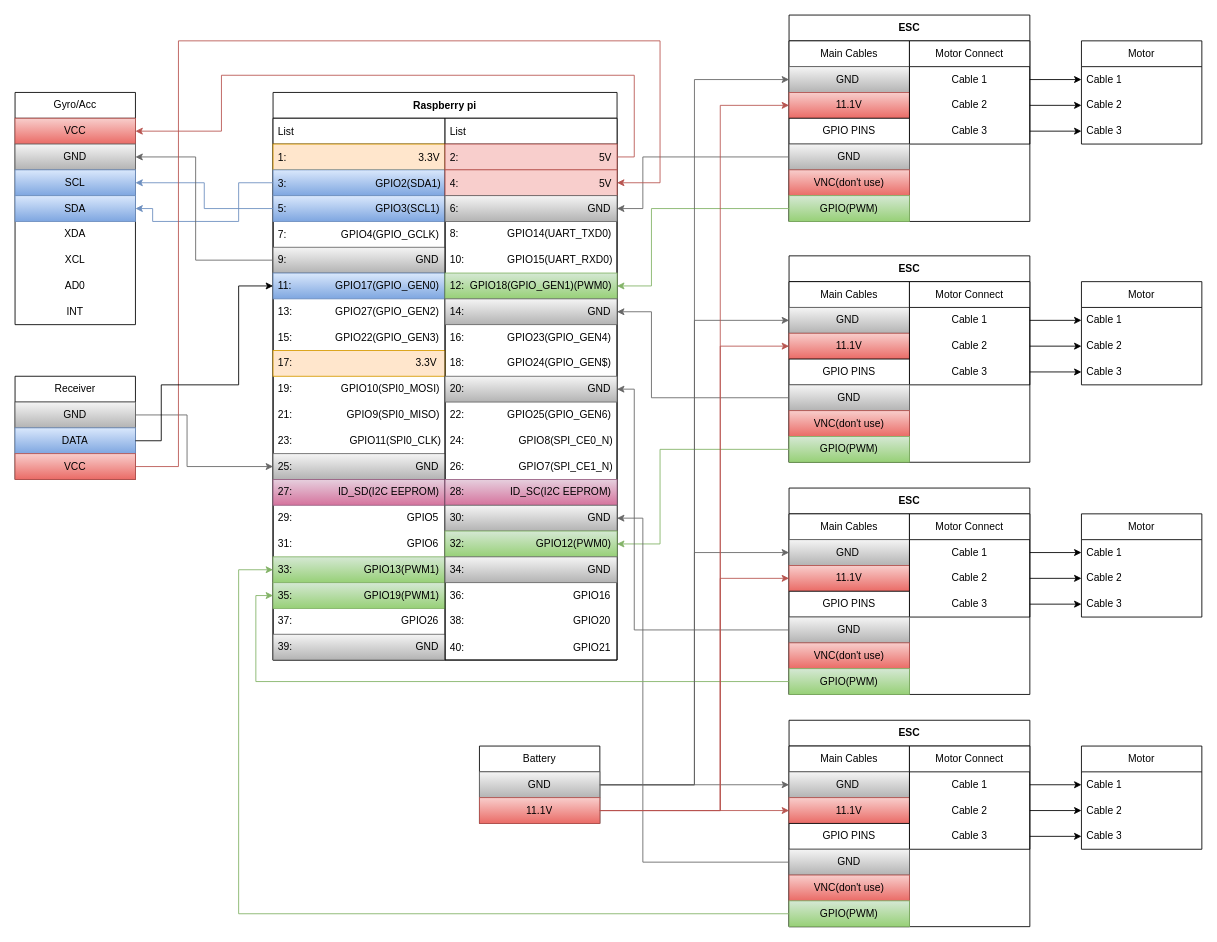
Above: page "Wiring" (1 of 2) of Drone_Plan_out.drawio in Jaskelem/RaspberryPi_Drone_Uni (draw.io), before the change. Source tidied: cells renumbered, new cells numbered last; positions are measured from the earlier drawing's top-left corner, leaving out a move shared by most shapes. Both pictures are drawn from the tidied source at 86%, with x=0, y=0 at pixel (15, 15).
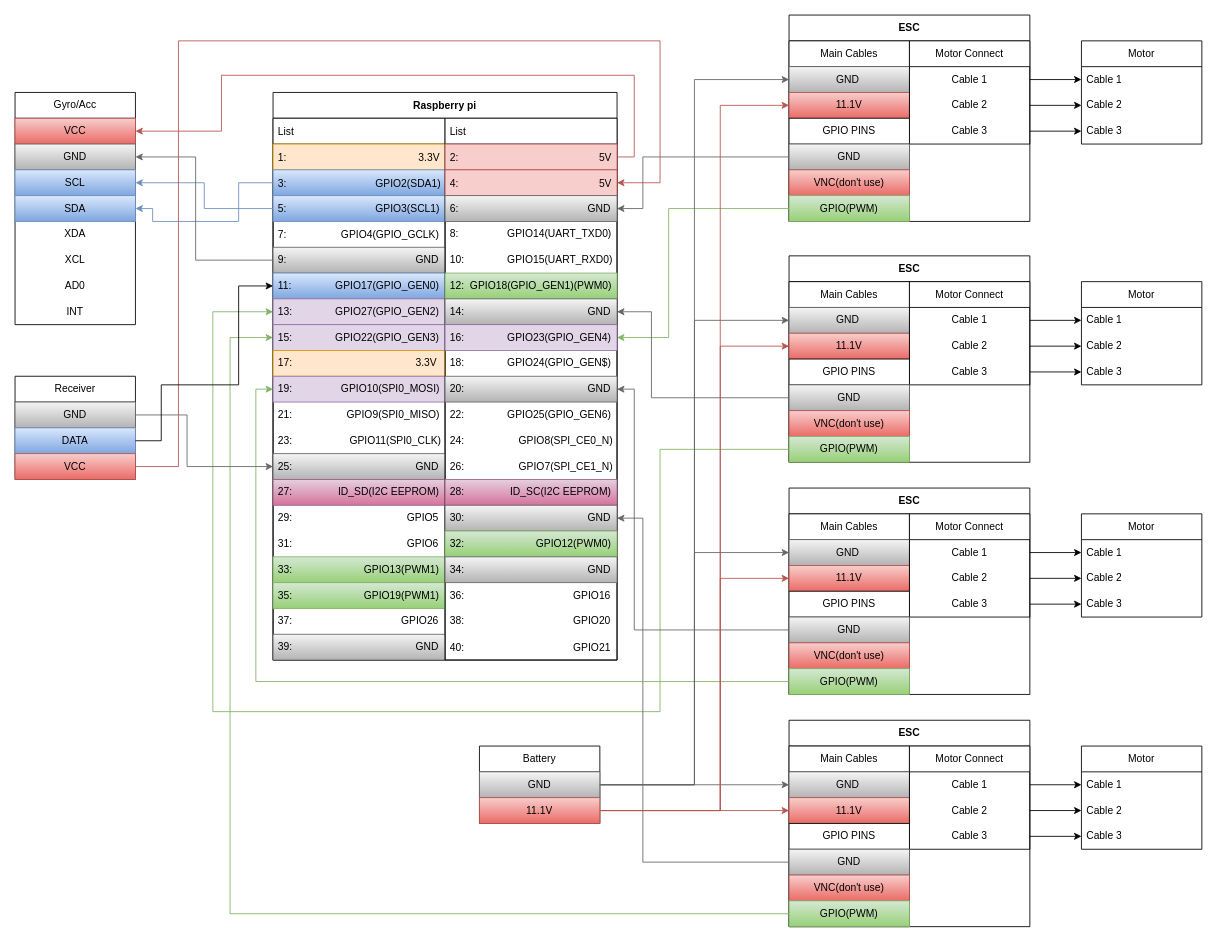
The same diagram, later.

Unchanged cells that the change refers to:
```xml
<mxCell id="3" value="List" style="swimlane;fontStyle=0;horizontal=1;startSize=30;align=left;spacingLeft=4;spacingRight=4;" parent="2" vertex="1">
  <mxGeometry y="30" width="200" height="630" as="geometry" />
</mxCell>
<mxCell id="20" value="33:&lt;span style=&quot;white-space: pre;&quot;&gt;&#9;&lt;/span&gt;&lt;span style=&quot;white-space: pre;&quot;&gt;&#9;&lt;/span&gt;&lt;span style=&quot;white-space: pre;&quot;&gt;&#9;&lt;/span&gt;&amp;nbsp; &amp;nbsp; &amp;nbsp; GPIO13(PWM1)" style="text;html=1;strokeColor=#82b366;fillColor=#d5e8d4;align=left;verticalAlign=middle;whiteSpace=wrap;rounded=0;spacingLeft=4;spacingRight=4;gradientColor=#97d077;" parent="3" vertex="1">
  <mxGeometry y="510" width="200" height="30" as="geometry" />
</mxCell>
<mxCell id="21" value="35:&amp;nbsp; &amp;nbsp; &amp;nbsp; &amp;nbsp;&lt;span style=&quot;white-space: pre;&quot;&gt;&#9;&lt;/span&gt;&amp;nbsp; &amp;nbsp; &amp;nbsp; &amp;nbsp;&amp;nbsp; &amp;nbsp; &amp;nbsp; &amp;nbsp;GPIO19(PWM1)" style="text;html=1;strokeColor=#82b366;fillColor=#d5e8d4;align=left;verticalAlign=middle;whiteSpace=wrap;rounded=0;spacingLeft=4;spacingRight=4;gradientColor=#97d077;" parent="3" vertex="1">
  <mxGeometry y="540" width="200" height="30" as="geometry" />
</mxCell>
<mxCell id="24" value="List" style="swimlane;fontStyle=0;horizontal=1;startSize=30;align=left;spacingLeft=4;spacingRight=4;" parent="2" vertex="1">
  <mxGeometry x="200" y="30" width="200" height="630" as="geometry" />
</mxCell>
<mxCell id="30" value="12:&amp;nbsp; GPIO18(GPIO_GEN1)(PWM0)" style="text;html=1;strokeColor=#82b366;fillColor=#d5e8d4;align=left;verticalAlign=middle;whiteSpace=wrap;rounded=0;spacingLeft=4;spacingRight=4;gradientColor=#97d077;" parent="24" vertex="1">
  <mxGeometry y="180" width="200" height="30" as="geometry" />
</mxCell>
<mxCell id="40" value="32:&lt;span style=&quot;white-space: pre;&quot;&gt;&#9;&lt;/span&gt;&amp;nbsp; &amp;nbsp;&amp;nbsp;&amp;nbsp;&lt;span style=&quot;white-space: pre;&quot;&gt;&#9;&lt;/span&gt;&lt;span style=&quot;white-space: pre;&quot;&gt;&#9;&lt;/span&gt;&amp;nbsp; &amp;nbsp; &amp;nbsp; GPIO12(PWM0)" style="text;html=1;strokeColor=#82b366;fillColor=#d5e8d4;align=left;verticalAlign=middle;whiteSpace=wrap;rounded=0;spacingLeft=4;spacingRight=4;gradientColor=#97d077;" parent="24" vertex="1">
  <mxGeometry y="480" width="200" height="30" as="geometry" />
</mxCell>
<mxCell id="69" value="GPIO(PWM)" style="text;strokeColor=#82b366;fillColor=#d5e8d4;align=center;verticalAlign=middle;spacingLeft=4;spacingRight=4;overflow=hidden;points=[[0,0.5],[1,0.5]];portConstraint=eastwest;whiteSpace=wrap;html=1;gradientColor=#97d077;" parent="66" vertex="1">
  <mxGeometry y="90" width="140" height="30" as="geometry" />
</mxCell>
<mxCell id="93" value="GPIO(PWM)" style="text;strokeColor=#82b366;fillColor=#d5e8d4;align=center;verticalAlign=middle;spacingLeft=4;spacingRight=4;overflow=hidden;points=[[0,0.5],[1,0.5]];portConstraint=eastwest;whiteSpace=wrap;html=1;gradientColor=#97d077;" parent="90" vertex="1">
  <mxGeometry y="90" width="140" height="30" as="geometry" />
</mxCell>
<mxCell id="112" value="GPIO(PWM)" style="text;strokeColor=#82b366;fillColor=#d5e8d4;align=center;verticalAlign=middle;spacingLeft=4;spacingRight=4;overflow=hidden;points=[[0,0.5],[1,0.5]];portConstraint=eastwest;whiteSpace=wrap;html=1;gradientColor=#97d077;" parent="109" vertex="1">
  <mxGeometry y="90" width="140" height="30" as="geometry" />
</mxCell>
<mxCell id="131" value="GPIO(PWM)" style="text;strokeColor=#82b366;fillColor=#d5e8d4;align=center;verticalAlign=middle;spacingLeft=4;spacingRight=4;overflow=hidden;points=[[0,0.5],[1,0.5]];portConstraint=eastwest;whiteSpace=wrap;html=1;gradientColor=#97d077;" parent="128" vertex="1">
  <mxGeometry y="90" width="140" height="30" as="geometry" />
</mxCell>
```

What changed in the source:
```diff
@@
-    <mxCell id="7" value="7:                   GPIO4(GPIO_GCLK)" style="text;strokeColor=none;fillColor=none;align=left;verticalAlign=middle;spacingLeft=4;spacingRight=4;overflow=hidden;" parent="3" vertex="1">
+    <mxCell id="7" value="7:                   GPIO4(GPIO_GCLK)" style="text;align=left;verticalAlign=middle;spacingLeft=4;spacingRight=4;overflow=hidden;" parent="3" vertex="1">
       <mxGeometry y="120" width="200" height="30" as="geometry" />
     </mxCell>
@@
-    <mxCell id="10" value="13:&amp;nbsp; &amp;nbsp;&lt;span style=&quot;white-space: pre;&quot;&gt;&#9;&lt;/span&gt;&amp;nbsp;&amp;nbsp;&amp;nbsp; GPIO27(GPIO_GEN2)" style="text;html=1;strokeColor=none;fillColor=none;align=left;verticalAlign=middle;whiteSpace=wrap;rounded=0;spacingLeft=4;spacingRight=4;" parent="3" vertex="1">
+    <mxCell id="10" value="13:&amp;nbsp; &amp;nbsp;&lt;span style=&quot;white-space: pre;&quot;&gt;&#9;&lt;/span&gt;&amp;nbsp;&amp;nbsp;&amp;nbsp; GPIO27(GPIO_GEN2)" style="text;html=1;strokeColor=#9673a6;fillColor=#e1d5e7;align=left;verticalAlign=middle;whiteSpace=wrap;rounded=0;spacingLeft=4;spacingRight=4;" parent="3" vertex="1">
       <mxGeometry y="210" width="200" height="30" as="geometry" />
     </mxCell>
-    <mxCell id="11" value="15:&amp;nbsp;&lt;span style=&quot;white-space: pre;&quot;&gt;&#9;&lt;/span&gt;&amp;nbsp; &amp;nbsp; &amp;nbsp; &amp;nbsp;&amp;nbsp; &amp;nbsp; &amp;nbsp;GPIO22(GPIO_GEN3)" style="text;html=1;strokeColor=none;fillColor=none;align=left;verticalAlign=middle;whiteSpace=wrap;rounded=0;spacingLeft=4;spacingRight=4;" parent="3" vertex="1">
+    <mxCell id="11" value="15:&amp;nbsp;&lt;span style=&quot;white-space: pre;&quot;&gt;&#9;&lt;/span&gt;&amp;nbsp; &amp;nbsp; &amp;nbsp; &amp;nbsp;&amp;nbsp; &amp;nbsp; &amp;nbsp;GPIO22(GPIO_GEN3)" style="text;html=1;strokeColor=#9673a6;fillColor=#e1d5e7;align=left;verticalAlign=middle;whiteSpace=wrap;rounded=0;spacingLeft=4;spacingRight=4;" parent="3" vertex="1">
       <mxGeometry y="240" width="200" height="30" as="geometry" />
     </mxCell>
@@
-    <mxCell id="13" value="19:&lt;span style=&quot;white-space: pre;&quot;&gt;&#9;&lt;/span&gt;&amp;nbsp; &amp;nbsp; &amp;nbsp; &amp;nbsp; &amp;nbsp; &amp;nbsp; &amp;nbsp; GPIO10(SPI0_MOSI)" style="text;html=1;strokeColor=none;fillColor=none;align=left;verticalAlign=middle;whiteSpace=wrap;rounded=0;spacingLeft=4;spacingRight=4;" parent="3" vertex="1">
+    <mxCell id="13" value="19:&lt;span style=&quot;white-space: pre;&quot;&gt;&#9;&lt;/span&gt;&amp;nbsp; &amp;nbsp; &amp;nbsp; &amp;nbsp; &amp;nbsp; &amp;nbsp; &amp;nbsp; GPIO10(SPI0_MOSI)" style="text;html=1;strokeColor=#9673a6;fillColor=#e1d5e7;align=left;verticalAlign=middle;whiteSpace=wrap;rounded=0;spacingLeft=4;spacingRight=4;" parent="3" vertex="1">
       <mxGeometry y="300" width="200" height="30" as="geometry" />
     </mxCell>
@@
-    <mxCell id="32" value="16: &lt;span style=&quot;white-space: pre;&quot;&gt;&#9;&lt;span style=&quot;white-space: pre;&quot;&gt;&#9;&lt;/span&gt;&lt;/span&gt;&amp;nbsp; &amp;nbsp; GPIO23(GPIO_GEN4)" style="text;html=1;strokeColor=none;fillColor=none;align=left;verticalAlign=middle;whiteSpace=wrap;rounded=0;spacingLeft=4;spacingRight=4;" parent="24" vertex="1">
+    <mxCell id="32" value="16: &lt;span style=&quot;white-space: pre;&quot;&gt;&#9;&lt;span style=&quot;white-space: pre;&quot;&gt;&#9;&lt;/span&gt;&lt;/span&gt;&amp;nbsp; &amp;nbsp; GPIO23(GPIO_GEN4)" style="text;html=1;strokeColor=#9673a6;fillColor=#e1d5e7;align=left;verticalAlign=middle;whiteSpace=wrap;rounded=0;spacingLeft=4;spacingRight=4;" parent="24" vertex="1">
       <mxGeometry y="240" width="200" height="30" as="geometry" />
     </mxCell>
@@
-    <mxCell id="78" style="edgeStyle=orthogonalEdgeStyle;rounded=0;jettySize=auto;html=1;entryX=1;entryY=0.5;entryDx=0;entryDy=0;fillColor=#d5e8d4;gradientColor=#97d077;strokeColor=#82b366;" parent="1" edge="1" source="69" target="30">
+    <mxCell id="78" style="edgeStyle=orthogonalEdgeStyle;rounded=0;jettySize=auto;html=1;entryX=1;entryY=0.5;entryDx=0;entryDy=0;fillColor=#d5e8d4;gradientColor=#97d077;strokeColor=#82b366;" parent="1" edge="1" source="69" target="32">
       <mxGeometry relative="1" as="geometry">
         <Array as="points">
-          <mxPoint x="740" y="225" />
-          <mxPoint x="740" y="315" />
+          <mxPoint x="760" y="225" />
+          <mxPoint x="760" y="375" />
         </Array>
       </mxGeometry>
     </mxCell>
@@
-    <mxCell id="140" style="edgeStyle=orthogonalEdgeStyle;rounded=0;jettySize=auto;html=1;entryX=1;entryY=0.5;entryDx=0;entryDy=0;fillColor=#d5e8d4;gradientColor=#97d077;strokeColor=#82b366;" parent="1" edge="1" source="93" target="40">
+    <mxCell id="140" style="edgeStyle=orthogonalEdgeStyle;rounded=0;jettySize=auto;html=1;entryX=0;entryY=0.5;entryDx=0;entryDy=0;fillColor=#d5e8d4;gradientColor=#97d077;strokeColor=#82b366;" parent="1" edge="1" source="93" target="10">
       <mxGeometry relative="1" as="geometry">
         <Array as="points">
           <mxPoint x="750" y="505" />
-          <mxPoint x="750" y="615" />
+          <mxPoint x="750" y="810" />
+          <mxPoint x="230" y="810" />
+          <mxPoint x="230" y="345" />
         </Array>
       </mxGeometry>
     </mxCell>
@@
-    <mxCell id="143" style="edgeStyle=orthogonalEdgeStyle;rounded=0;jettySize=auto;html=1;entryX=0;entryY=0.5;entryDx=0;entryDy=0;fillColor=#d5e8d4;gradientColor=#97d077;strokeColor=#82b366;" parent="1" edge="1" source="112" target="21">
+    <mxCell id="143" style="edgeStyle=orthogonalEdgeStyle;rounded=0;jettySize=auto;html=1;entryX=0;entryY=0.5;entryDx=0;entryDy=0;fillColor=#d5e8d4;gradientColor=#97d077;strokeColor=#82b366;" parent="1" edge="1" source="112" target="13">
       <mxGeometry relative="1" as="geometry" />
     </mxCell>
-    <mxCell id="144" style="edgeStyle=orthogonalEdgeStyle;rounded=0;jettySize=auto;html=1;entryX=0;entryY=0.5;entryDx=0;entryDy=0;fillColor=#d5e8d4;gradientColor=#97d077;strokeColor=#82b366;" parent="1" edge="1" source="131" target="20">
+    <mxCell id="144" style="edgeStyle=orthogonalEdgeStyle;rounded=0;jettySize=auto;html=1;entryX=0;entryY=0.5;entryDx=0;entryDy=0;fillColor=#d5e8d4;gradientColor=#97d077;strokeColor=#82b366;" parent="1" edge="1" source="131" target="11">
       <mxGeometry relative="1" as="geometry">
         <Array as="points">
-          <mxPoint x="260" y="1045" />
-          <mxPoint x="260" y="645" />
+          <mxPoint x="250" y="1045" />
+          <mxPoint x="250" y="375" />
         </Array>
       </mxGeometry>
     </mxCell>
```
